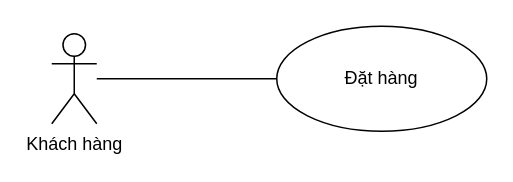
Before: page "Page-4" (4 of 4) of Nam3_HK1/CNPM_SoftTech/Usecase Diagrams/UseCaseDiagram_TongQuat.drawio in EdgarIgnite16/SGU-Course, a draw.io diagram. Source tidied: cells renumbered, new cells numbered last; positions are measured from the earlier drawing's top-left corner, leaving out a move shared by most shapes. Both pictures are drawn from the tidied source at 150%, with x=0, y=0 at pixel (51, 26).
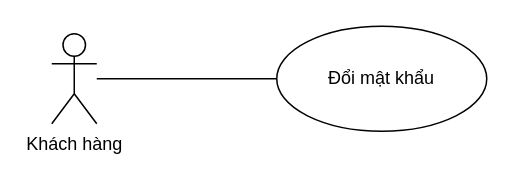
After the change.

The edit, as a diff of the source:
```diff
@@
 <mxGraphModel>
   <root>
     <mxCell id="0" />
     <mxCell id="1" parent="0" />
     <mxCell id="2" value="Khách hàng" style="shape=umlActor;verticalLabelPosition=bottom;verticalAlign=top;html=1;outlineConnect=0;" parent="1" vertex="1">
       <mxGeometry y="5" width="30" height="60" as="geometry" />
     </mxCell>
     <mxCell id="3" style="edgeStyle=none;rounded=0;jettySize=auto;html=1;endArrow=none;endFill=0;" parent="1" edge="1" source="4" target="2">
       <mxGeometry relative="1" as="geometry" />
     </mxCell>
-    <mxCell id="4" value="Đặt hàng" style="ellipse;whiteSpace=wrap;html=1;" parent="1" vertex="1">
+    <mxCell id="4" value="Đổi mật khẩu" style="ellipse;whiteSpace=wrap;html=1;" parent="1" vertex="1">
       <mxGeometry x="150" width="140" height="70" as="geometry" />
     </mxCell>
     <mxCell id="5" style="edgeStyle=orthogonalEdgeStyle;rounded=0;orthogonalLoop=1;jettySize=auto;html=1;exitX=0.5;exitY=1;exitDx=0;exitDy=0;" parent="1" edge="1">
       <mxGeometry relative="1" as="geometry">
         <mxPoint x="210" y="70" as="sourcePoint" />
         <mxPoint x="210" y="70" as="targetPoint" />
       </mxGeometry>
     </mxCell>
   </root>
 </mxGraphModel>
```
